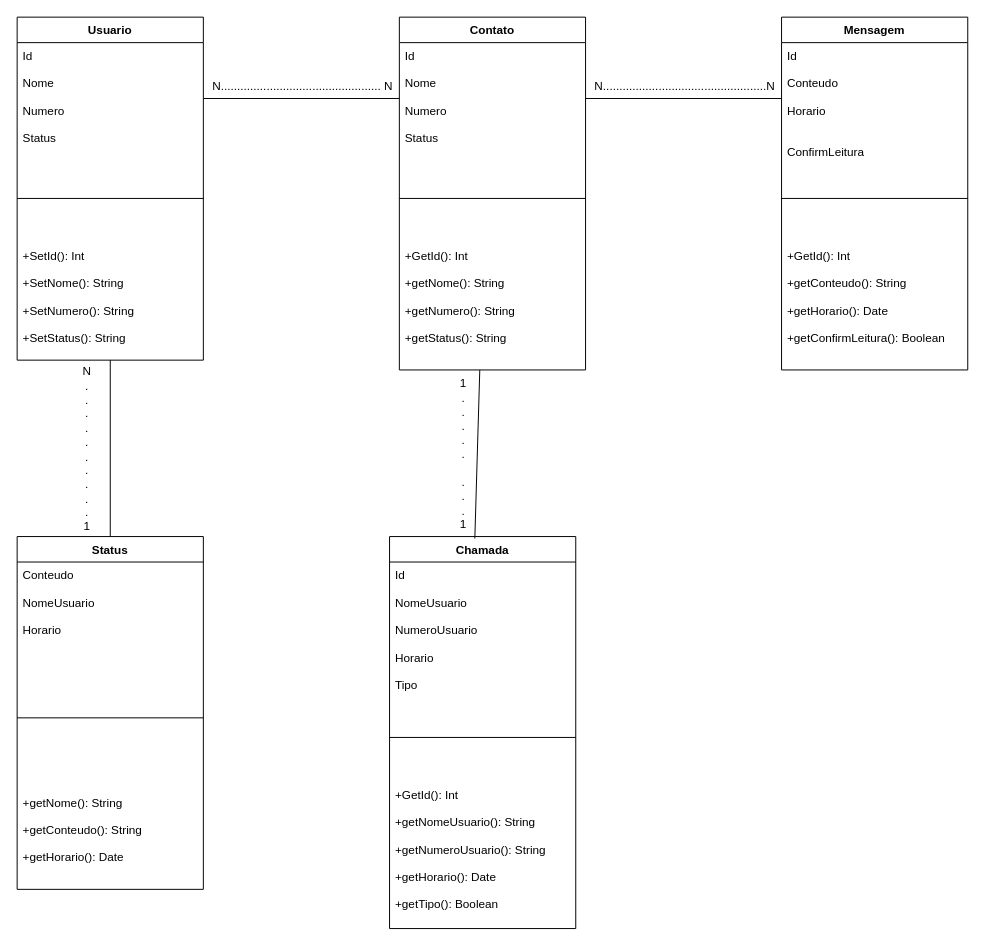
Earlier version of the draw.io diagram Programação Orientada a Objetos/TrabalhoWhatsapp/Uml-ZAP.drawio (vitorhartmann/TrabalhoLeanderson). Source tidied: cells renumbered, new cells numbered last; positions are measured from the earlier drawing's top-left corner, leaving out a move shared by most shapes. Both pictures are drawn from the tidied source at 98%, with x=0, y=0 at pixel (17, 17).
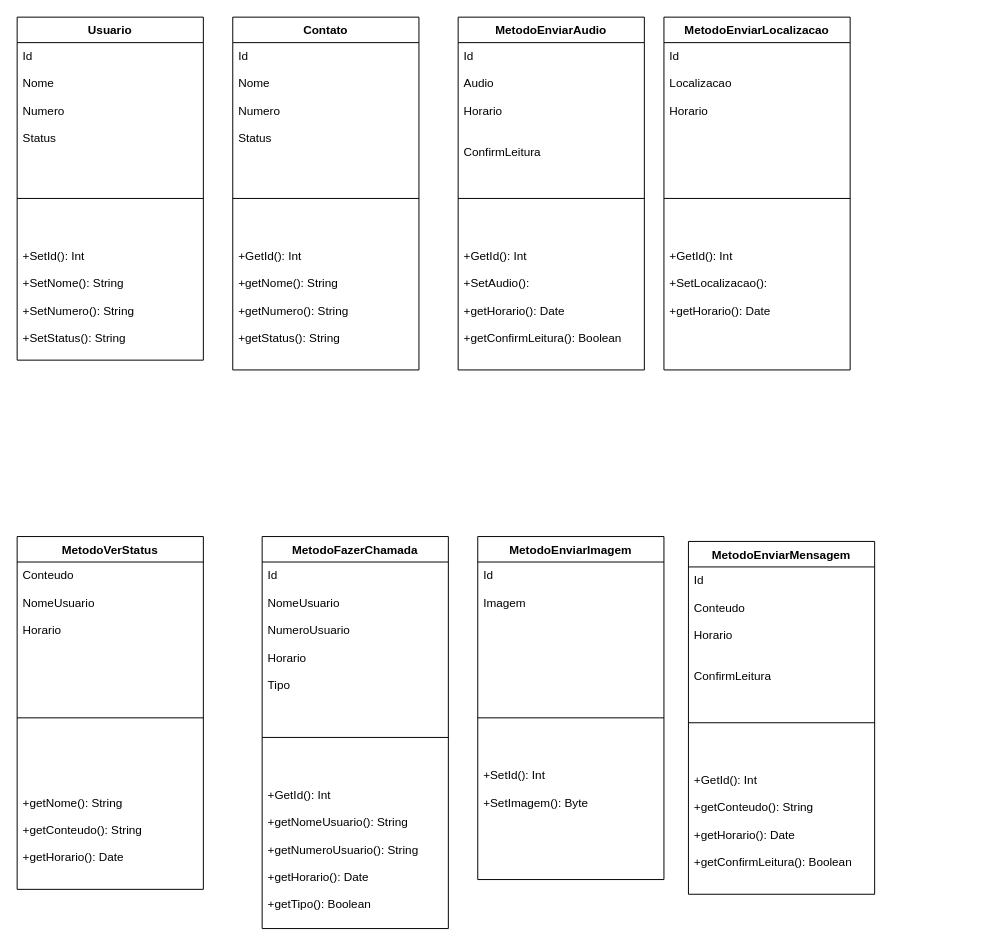
Above is the later version.

The change refers to these unchanged cells:
```xml
<mxCell id="3" value="Id&#10;&#10;Nome&#10;&#10;Numero&#10;&#10;Status&#10;" style="text;strokeColor=none;fillColor=none;align=left;verticalAlign=top;spacingLeft=4;spacingRight=4;overflow=hidden;points=[[0,0.5],[1,0.5]];portConstraint=eastwest;" parent="2" vertex="1">
  <mxGeometry y="26" width="190" height="114" as="geometry" />
</mxCell>
<mxCell id="5" value="+SetId(): Int&#10;&#10;+SetNome(): String&#10;&#10;+SetNumero(): String&#10;&#10;+SetStatus(): String&#10;&#10;" style="text;strokeColor=none;fillColor=none;align=left;verticalAlign=top;spacingLeft=4;spacingRight=4;overflow=hidden;points=[[0,0.5],[1,0.5]];portConstraint=eastwest;" parent="2" vertex="1">
  <mxGeometry y="230" width="190" height="120" as="geometry" />
</mxCell>
<mxCell id="7" value="Id&#10;&#10;Nome&#10;&#10;Numero&#10;&#10;Status&#10;" style="text;strokeColor=none;fillColor=none;align=left;verticalAlign=top;spacingLeft=4;spacingRight=4;overflow=hidden;points=[[0,0.5],[1,0.5]];portConstraint=eastwest;" parent="6" vertex="1">
  <mxGeometry y="26" width="190" height="114" as="geometry" />
</mxCell>
<mxCell id="9" value="+GetId(): Int&#10;&#10;+getNome(): String&#10;&#10;+getNumero(): String&#10;&#10;+getStatus(): String&#10;&#10;" style="text;strokeColor=none;fillColor=none;align=left;verticalAlign=top;spacingLeft=4;spacingRight=4;overflow=hidden;points=[[0,0.5],[1,0.5]];portConstraint=eastwest;" parent="6" vertex="1">
  <mxGeometry y="230" width="190" height="130" as="geometry" />
</mxCell>
<mxCell id="11" value="Id&#10;&#10;Conteudo&#10;&#10;Horario&#10;&#10;&#10;ConfirmLeitura&#10;" style="text;strokeColor=none;fillColor=none;align=left;verticalAlign=top;spacingLeft=4;spacingRight=4;overflow=hidden;points=[[0,0.5],[1,0.5]];portConstraint=eastwest;" parent="10" vertex="1">
  <mxGeometry y="26" width="190" height="114" as="geometry" />
</mxCell>
```

Change to the diagram source:
```diff
@@
     <mxCell id="6" value="Contato" style="swimlane;fontStyle=1;align=center;verticalAlign=top;horizontal=1;startSize=26;" parent="1" vertex="1">
-      <mxGeometry x="390" width="190" height="360" as="geometry" />
+      <mxGeometry x="220" width="190" height="360" as="geometry" />
     </mxCell>
@@
-    <mxCell id="10" value="Mensagem" style="swimlane;fontStyle=1;align=center;verticalAlign=top;horizontal=1;startSize=26;" parent="1" vertex="1">
-      <mxGeometry x="780" width="190" height="360" as="geometry" />
+    <mxCell id="10" value="MetodoEnviarMensagem" style="swimlane;fontStyle=1;align=center;verticalAlign=top;horizontal=1;startSize=26;" parent="1" vertex="1">
+      <mxGeometry x="685" y="535" width="190" height="360" as="geometry" />
     </mxCell>
@@
-    <mxCell id="14" value="Status" style="swimlane;fontStyle=1;align=center;verticalAlign=top;horizontal=1;startSize=26;" parent="1" vertex="1">
+    <mxCell id="14" value="MetodoVerStatus" style="swimlane;fontStyle=1;align=center;verticalAlign=top;horizontal=1;startSize=26;" parent="1" vertex="1">
       <mxGeometry y="530" width="190" height="360" as="geometry" />
     </mxCell>
@@
-    <mxCell id="18" value="Chamada" style="swimlane;fontStyle=1;align=center;verticalAlign=top;horizontal=1;startSize=26;" parent="1" vertex="1">
-      <mxGeometry x="380" y="530" width="190" height="400" as="geometry" />
+    <mxCell id="18" value="MetodoFazerChamada" style="swimlane;fontStyle=1;align=center;verticalAlign=top;horizontal=1;startSize=26;" parent="1" vertex="1">
+      <mxGeometry x="250" y="530" width="190" height="400" as="geometry" />
     </mxCell>
@@
-    <mxCell id="22" style="endArrow=none;html=1;" parent="1" edge="1" source="3" target="7">
-      <mxGeometry relative="1" as="geometry" />
-    </mxCell>
-    <mxCell id="23" value="N................................................. N" style="text;html=1;align=center;verticalAlign=middle;labelBackgroundColor=#ffffff;rotation=0;" parent="22" vertex="1">
-      <mxGeometry x="-0.23" y="-3" relative="1" as="geometry">
-        <mxPoint x="23" y="-16" as="offset" />
-      </mxGeometry>
-    </mxCell>
-    <mxCell id="24" style="endArrow=none;html=1;" parent="1" edge="1" source="7" target="11">
-      <mxGeometry relative="1" as="geometry" />
-    </mxCell>
-    <mxCell id="25" value="N..................................................N" style="text;html=1;align=center;verticalAlign=middle;labelBackgroundColor=#ffffff;" parent="24" vertex="1">
-      <mxGeometry x="-0.17" y="-2" relative="1" as="geometry">
-        <mxPoint x="17" y="-15" as="offset" />
-      </mxGeometry>
-    </mxCell>
-    <mxCell id="26" style="endArrow=none;html=1;" parent="1" edge="1" source="14" target="5">
-      <mxGeometry relative="1" as="geometry" />
-    </mxCell>
-    <mxCell id="27" value="N&lt;br&gt;.&lt;br&gt;.&lt;br&gt;.&lt;br&gt;.&lt;br&gt;.&lt;br&gt;.&lt;br&gt;.&lt;br&gt;.&lt;br&gt;.&lt;br&gt;.&lt;br&gt;1&lt;br&gt;" style="text;html=1;align=center;verticalAlign=middle;labelBackgroundColor=#ffffff;" parent="26" vertex="1">
-      <mxGeometry x="0.18" y="-2" relative="1" as="geometry">
-        <mxPoint x="-27" y="16" as="offset" />
-      </mxGeometry>
-    </mxCell>
-    <mxCell id="28" style="endArrow=none;html=1;entryX=0.458;entryY=0.005;entryDx=0;entryDy=0;entryPerimeter=0;exitX=0.432;exitY=1;exitDx=0;exitDy=0;exitPerimeter=0;" parent="1" edge="1" source="9" target="18">
-      <mxGeometry relative="1" as="geometry" />
-    </mxCell>
-    <mxCell id="29" value="1&lt;br&gt;.&lt;br&gt;.&lt;br&gt;.&lt;br&gt;.&lt;br&gt;.&lt;br&gt;&lt;br&gt;.&lt;br&gt;.&lt;br&gt;.&lt;br&gt;1&lt;br&gt;" style="text;html=1;align=center;verticalAlign=middle;labelBackgroundColor=#ffffff;rotation=0;" parent="28" vertex="1">
-      <mxGeometry x="-0.16" y="-2" relative="1" as="geometry">
-        <mxPoint x="-13.5" y="13.5" as="offset" />
-      </mxGeometry>
-    </mxCell>
+    <mxCell id="30" value="MetodoEnviarImagem" style="swimlane;fontStyle=1;align=center;verticalAlign=top;horizontal=1;startSize=26;" parent="1" vertex="1">
+      <mxGeometry x="470" y="530" width="190" height="350" as="geometry" />
+    </mxCell>
+    <mxCell id="31" value="Id&#10;&#10;Imagem&#10;&#10;" style="text;strokeColor=none;fillColor=none;align=left;verticalAlign=top;spacingLeft=4;spacingRight=4;overflow=hidden;" parent="30" vertex="1">
+      <mxGeometry y="26" width="190" height="114" as="geometry" />
+    </mxCell>
+    <mxCell id="32" style="line;strokeWidth=1;fillColor=none;align=left;verticalAlign=middle;spacingTop=-1;spacingLeft=3;spacingRight=3;labelPosition=right;" parent="30" vertex="1">
+      <mxGeometry y="140" width="190" height="90" as="geometry" />
+    </mxCell>
+    <mxCell id="33" value="+SetId(): Int&#10;&#10;+SetImagem(): Byte&#10;&#10;" style="text;strokeColor=none;fillColor=none;align=left;verticalAlign=top;spacingLeft=4;spacingRight=4;overflow=hidden;" parent="30" vertex="1">
+      <mxGeometry y="230" width="190" height="120" as="geometry" />
+    </mxCell>
+    <mxCell id="34" value="MetodoEnviarAudio" style="swimlane;fontStyle=1;align=center;verticalAlign=top;horizontal=1;startSize=26;" parent="1" vertex="1">
+      <mxGeometry x="450" width="190" height="360" as="geometry" />
+    </mxCell>
+    <mxCell id="35" value="Id&#10;&#10;Audio&#10;&#10;Horario&#10;&#10;&#10;ConfirmLeitura&#10;" style="text;strokeColor=none;fillColor=none;align=left;verticalAlign=top;spacingLeft=4;spacingRight=4;overflow=hidden;" parent="34" vertex="1">
+      <mxGeometry y="26" width="190" height="114" as="geometry" />
+    </mxCell>
+    <mxCell id="36" style="line;strokeWidth=1;fillColor=none;align=left;verticalAlign=middle;spacingTop=-1;spacingLeft=3;spacingRight=3;labelPosition=right;" parent="34" vertex="1">
+      <mxGeometry y="140" width="190" height="90" as="geometry" />
+    </mxCell>
+    <mxCell id="37" value="+GetId(): Int&#10;&#10;+SetAudio(): &#10;&#10;+getHorario(): Date&#10;&#10;+getConfirmLeitura(): Boolean&#10;&#10;" style="text;strokeColor=none;fillColor=none;align=left;verticalAlign=top;spacingLeft=4;spacingRight=4;overflow=hidden;" parent="34" vertex="1">
+      <mxGeometry y="230" width="190" height="130" as="geometry" />
+    </mxCell>
+    <mxCell id="38" value="MetodoEnviarLocalizacao" style="swimlane;fontStyle=1;align=center;verticalAlign=top;horizontal=1;startSize=26;" parent="1" vertex="1">
+      <mxGeometry x="660" width="190" height="360" as="geometry" />
+    </mxCell>
+    <mxCell id="39" value="Id&#10;&#10;Localizacao&#10;&#10;Horario&#10;&#10;&#10;&#10;" style="text;strokeColor=none;fillColor=none;align=left;verticalAlign=top;spacingLeft=4;spacingRight=4;overflow=hidden;" parent="38" vertex="1">
+      <mxGeometry y="26" width="190" height="114" as="geometry" />
+    </mxCell>
+    <mxCell id="40" style="line;strokeWidth=1;fillColor=none;align=left;verticalAlign=middle;spacingTop=-1;spacingLeft=3;spacingRight=3;labelPosition=right;" parent="38" vertex="1">
+      <mxGeometry y="140" width="190" height="90" as="geometry" />
+    </mxCell>
+    <mxCell id="41" value="+GetId(): Int&#10;&#10;+SetLocalizacao(): &#10;&#10;+getHorario(): Date&#10;&#10;" style="text;strokeColor=none;fillColor=none;align=left;verticalAlign=top;spacingLeft=4;spacingRight=4;overflow=hidden;" parent="38" vertex="1">
+      <mxGeometry y="230" width="190" height="130" as="geometry" />
+    </mxCell>
```
